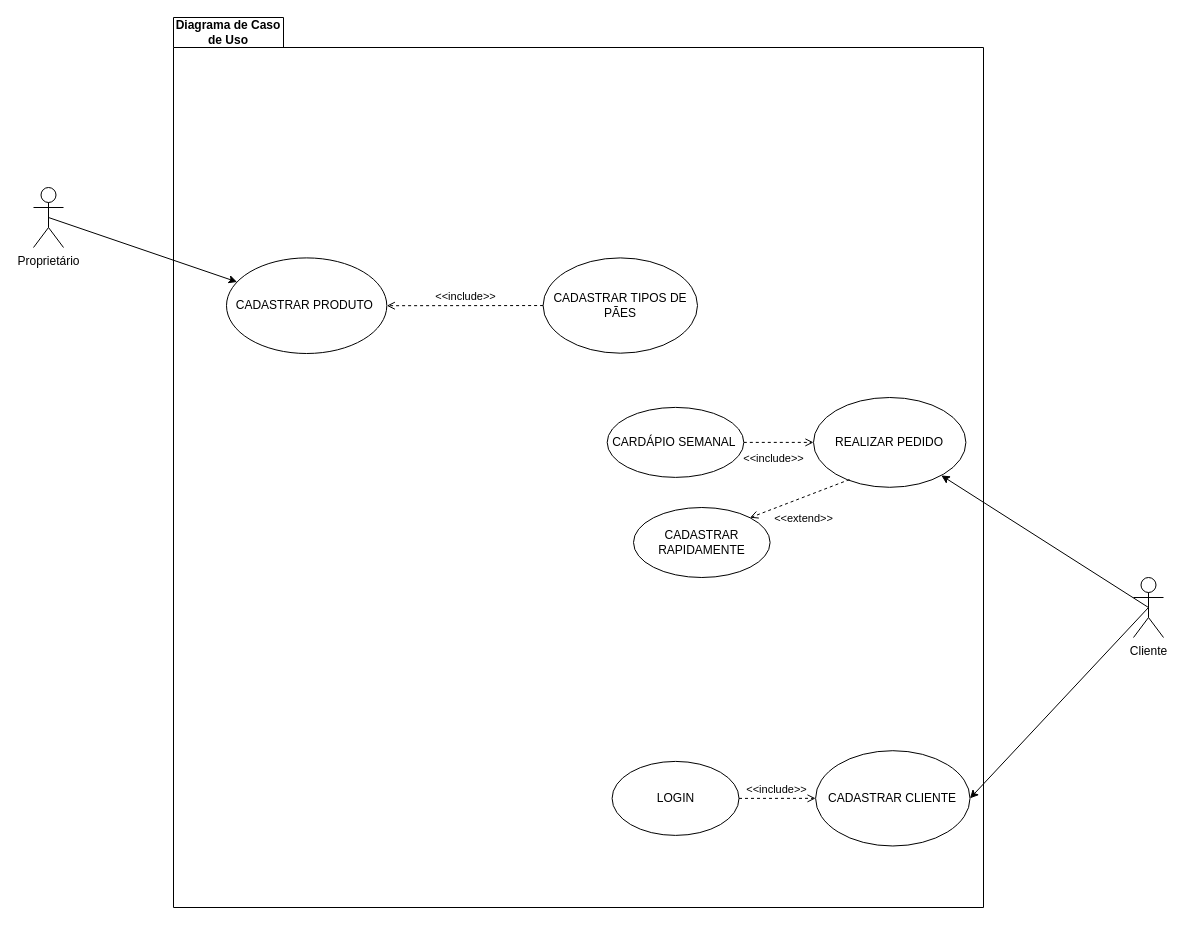
The draw.io diagram Diagramas/Diagrama UC.drawio in LeozinRomeiro/Modelagem_SENAI_CTM, before the edit. Source tidied: cells renumbered, new cells numbered last; positions are measured from the earlier drawing's top-left corner, leaving out a move shared by most shapes. Both pictures are drawn from the tidied source at 100%, with x=0, y=0 at pixel (33, 17).
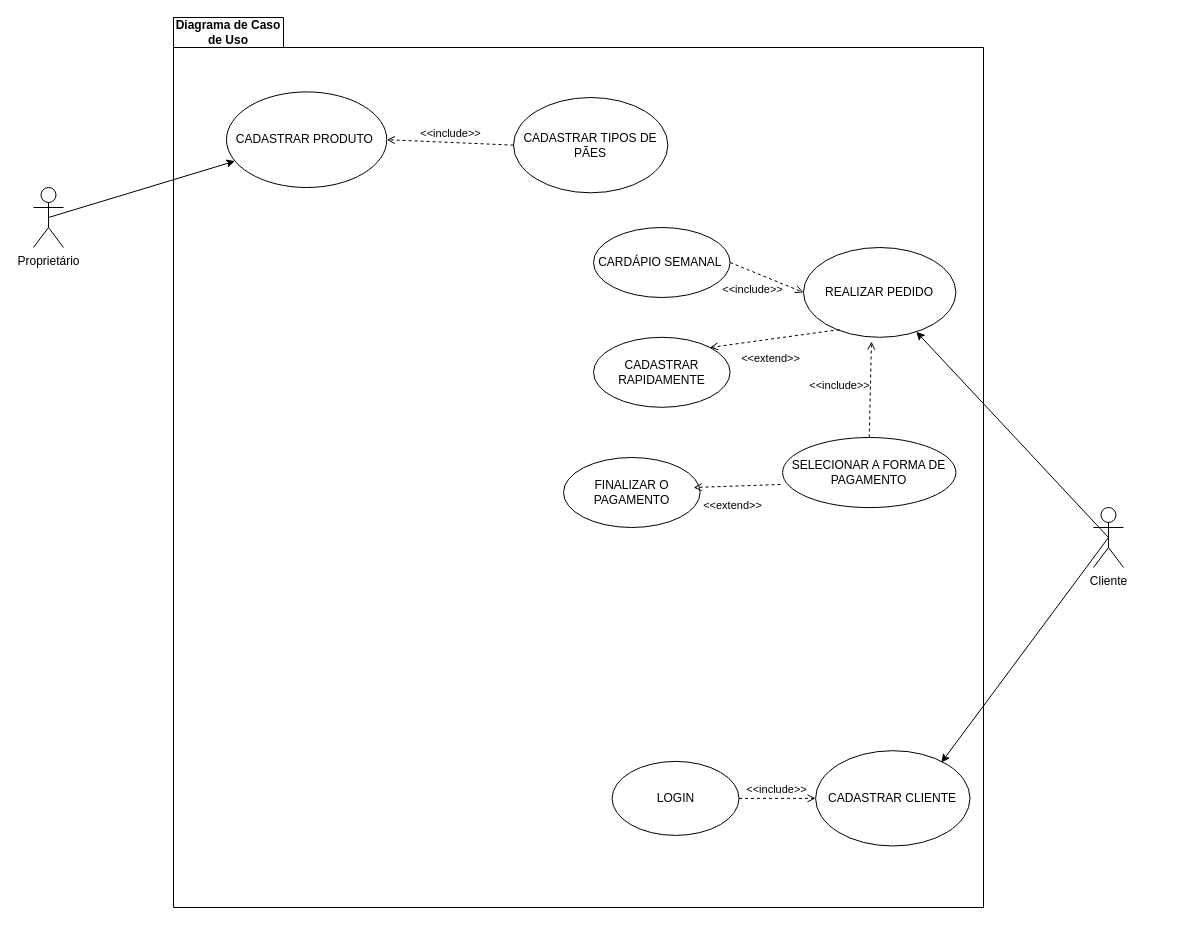
The same page after the edit.

Commit message:
4.1 - pagamento do pedido

The change refers to these unchanged cells:
```xml
<mxCell id="2" value="Diagrama de Caso de Uso" style="shape=folder;fontStyle=1;tabWidth=110;tabHeight=30;tabPosition=left;html=1;boundedLbl=1;labelInHeader=1;whiteSpace=wrap;" parent="1" vertex="1">
  <mxGeometry x="140" width="810" height="890" as="geometry" />
</mxCell>
<mxCell id="5" value="CADASTRAR CLIENTE" style="ellipse;whiteSpace=wrap;html=1;" parent="2" vertex="1">
  <mxGeometry x="642.1" y="733.2" width="154.4" height="95.3" as="geometry" />
</mxCell>
```

Change to the diagram source:
```diff
@@
-    <mxCell id="3" style="html=1;strokeColor=none;fillColor=none;whiteSpace=wrap;" parent="2" vertex="1">
-      <mxGeometry width="810" height="623" relative="1" as="geometry">
-        <mxPoint y="30" as="offset" />
-      </mxGeometry>
-    </mxCell>
+    <mxCell id="20" style="html=1;strokeColor=none;fillColor=none;whiteSpace=wrap;" parent="2" vertex="1">
+      <mxGeometry width="810" height="623" relative="1" as="geometry">
+        <mxPoint y="30" as="offset" />
+      </mxGeometry>
+    </mxCell>
     <mxCell id="4" value="CADASTRAR PRODUTO&amp;nbsp;&lt;br&gt;" style="ellipse;whiteSpace=wrap;html=1;" parent="2" vertex="1">
-      <mxGeometry x="53" y="240.4" width="160.3" height="95.6" as="geometry" />
+      <mxGeometry x="53" y="74.4" width="160.3" height="95.6" as="geometry" />
     </mxCell>
@@
     <mxCell id="6" value="REALIZAR PEDIDO" style="ellipse;whiteSpace=wrap;html=1;" parent="2" vertex="1">
-      <mxGeometry x="640" y="380" width="152.4" height="89.8" as="geometry" />
+      <mxGeometry x="630" y="230" width="152.4" height="89.8" as="geometry" />
     </mxCell>
@@
     <mxCell id="10" value="CARDÁPIO SEMANAL&amp;nbsp;" style="ellipse;html=1;whiteSpace=wrap;" parent="2" vertex="1">
-      <mxGeometry x="433.7" y="389.9" width="136.6" height="70" as="geometry" />
+      <mxGeometry x="420" y="210" width="136.6" height="70" as="geometry" />
     </mxCell>
@@
     <mxCell id="12" value="CADASTRAR TIPOS DE PÃES" style="ellipse;whiteSpace=wrap;html=1;" parent="2" vertex="1">
-      <mxGeometry x="369.6" y="240.4" width="154.4" height="95.3" as="geometry" />
+      <mxGeometry x="340" y="80" width="154.4" height="95.3" as="geometry" />
     </mxCell>
@@
     <mxCell id="14" value="CADASTRAR RAPIDAMENTE" style="ellipse;html=1;whiteSpace=wrap;" parent="2" vertex="1">
-      <mxGeometry x="460" y="490" width="136.6" height="70" as="geometry" />
+      <mxGeometry x="420" y="319.8" width="136.6" height="70" as="geometry" />
     </mxCell>
+    <mxCell id="21" value="SELECIONAR A FORMA DE PAGAMENTO" style="ellipse;html=1;whiteSpace=wrap;" parent="2" vertex="1">
+      <mxGeometry x="609.1" y="420" width="173.3" height="70.1" as="geometry" />
+    </mxCell>
+    <mxCell id="22" value="&amp;lt;&amp;lt;include&amp;gt;&amp;gt;" style="html=1;verticalAlign=bottom;labelBackgroundColor=none;endArrow=open;endFill=0;dashed=1;rounded=0;exitX=0.5;exitY=0;exitDx=0;exitDy=0;entryX=0.446;entryY=1.047;entryDx=0;entryDy=0;entryPerimeter=0;" parent="2" edge="1" source="21" target="6">
+      <mxGeometry x="-0.13" y="31" relative="1" as="geometry" />
+    </mxCell>
+    <mxCell id="23" value="FINALIZAR O PAGAMENTO " style="ellipse;html=1;whiteSpace=wrap;" parent="2" vertex="1">
+      <mxGeometry x="390" y="440" width="136.6" height="70" as="geometry" />
+    </mxCell>
+    <mxCell id="24" value="&amp;lt;&amp;lt;extend&amp;gt;&amp;gt;" style="html=1;verticalAlign=bottom;labelBackgroundColor=none;endArrow=open;endFill=0;dashed=1;rounded=0;exitX=-0.012;exitY=0.67;exitDx=0;exitDy=0;entryX=0.952;entryY=0.429;entryDx=0;entryDy=0;exitPerimeter=0;entryPerimeter=0;" parent="2" edge="1" source="21" target="23">
+      <mxGeometry x="0.13" y="28" relative="1" as="geometry" />
+    </mxCell>
@@
     <mxCell id="17" value="Cliente&lt;br&gt;" style="shape=umlActor;verticalLabelPosition=bottom;verticalAlign=top;html=1;" parent="1" vertex="1">
-      <mxGeometry x="1100" y="560" width="30" height="60" as="geometry" />
+      <mxGeometry x="1060" y="490" width="30" height="60" as="geometry" />
     </mxCell>
-    <mxCell id="18" style="endArrow=classic;html=1;rounded=0;entryX=1;entryY=0.5;entryDx=0;entryDy=0;exitX=0.5;exitY=0.5;exitDx=0;exitDy=0;exitPerimeter=0;" parent="1" edge="1" source="17" target="5">
+    <mxCell id="18" style="endArrow=classic;html=1;rounded=0;entryX=0.815;entryY=0.124;entryDx=0;entryDy=0;exitX=0.5;exitY=0.5;exitDx=0;exitDy=0;exitPerimeter=0;entryPerimeter=0;" parent="1" edge="1" source="17" target="5">
       <mxGeometry relative="1" as="geometry" />
     </mxCell>
```
